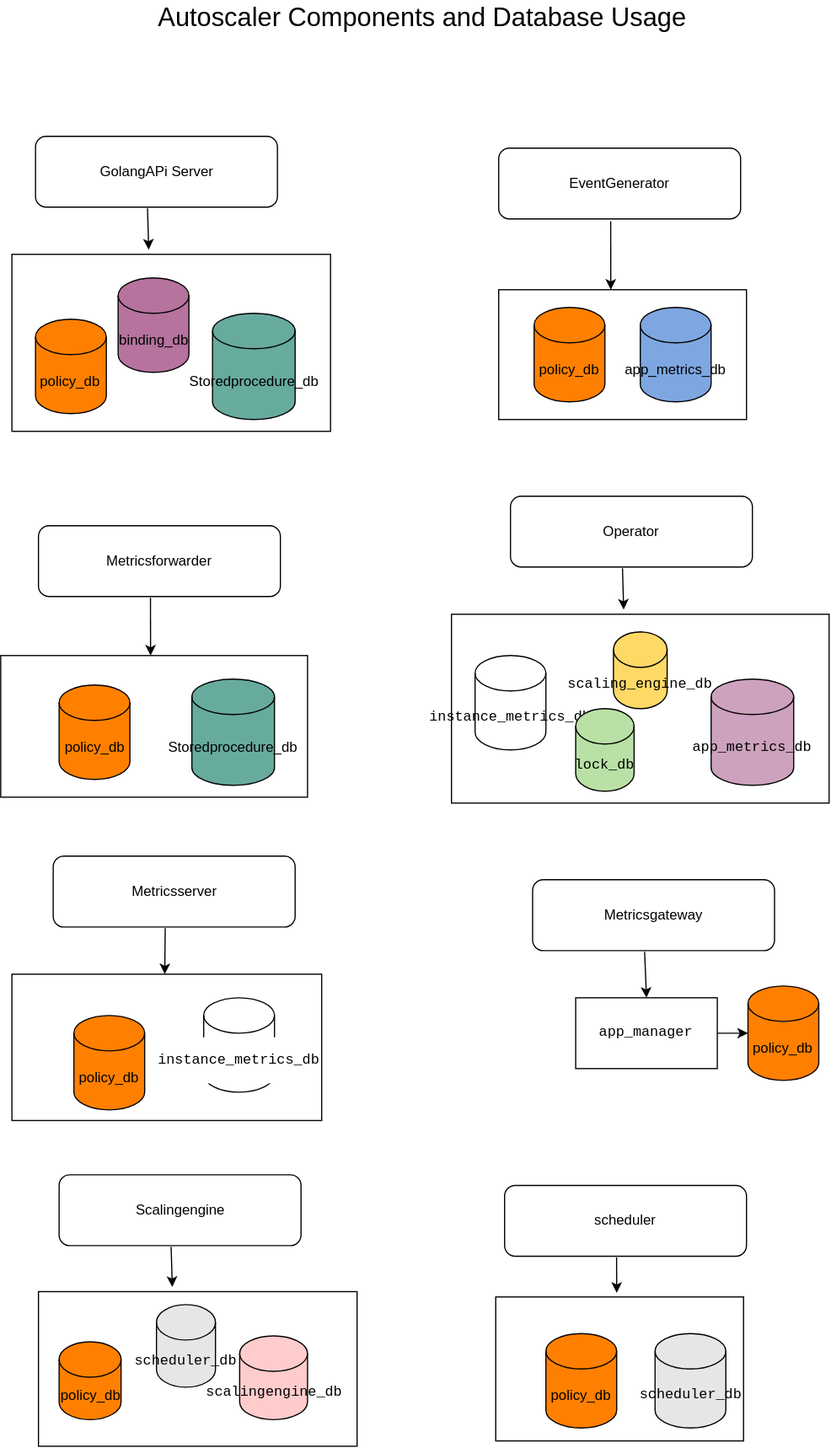
The draw.io diagram docs/components-db-usage.svg in cloudfoundry/app-autoscaler-release, before a commit. Source tidied: cells renumbered, new cells last; positions are measured from the earlier drawing's top-left corner, leaving out a move shared by most shapes.
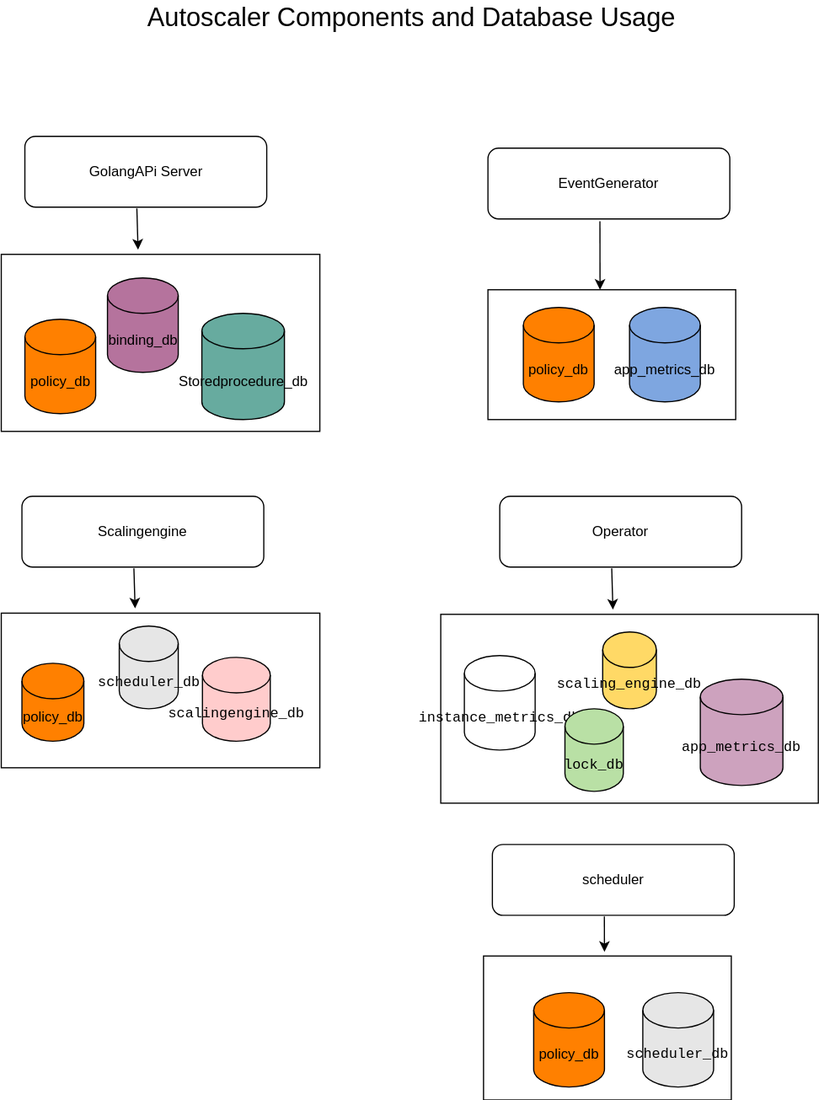
After the commit.

Commit message:
remove metricsserver and metricsgateway from drawings, delete outdated docu

The edit, as a diff of the source:
```diff
@@ -39,23 +39,6 @@
         <mxPoint x="125.4" y="211" as="targetPoint" />
       </mxGeometry>
     </mxCell>
-    <mxCell id="13" style="rounded=0;whiteSpace=wrap;html=1;fontColor=#000000;" parent="1" vertex="1">
-      <mxGeometry y="555" width="260" height="120" as="geometry" />
-    </mxCell>
-    <mxCell id="14" value="Metricsforwarder" style="rounded=1;whiteSpace=wrap;html=1;" parent="1" vertex="1">
-      <mxGeometry x="32" y="445" width="205" height="60" as="geometry" />
-    </mxCell>
-    <mxCell id="15" value="policy_db" style="shape=cylinder3;whiteSpace=wrap;html=1;boundedLbl=1;backgroundOutline=1;size=15;fillColor=#FF8000;" parent="1" vertex="1">
-      <mxGeometry x="49.5" y="580" width="60" height="80" as="geometry" />
-    </mxCell>
-    <mxCell id="16" value="Storedprocedure_db" style="shape=cylinder3;whiteSpace=wrap;html=1;boundedLbl=1;backgroundOutline=1;size=15;fillColor=#67AB9F;" parent="1" vertex="1">
-      <mxGeometry x="162" y="575" width="70" height="90" as="geometry" />
-    </mxCell>
-    <mxCell id="17" style="endArrow=classic;html=1;rounded=0;fontColor=#000000;exitX=0.463;exitY=1.017;exitDx=0;exitDy=0;exitPerimeter=0;" parent="1" edge="1" source="14">
-      <mxGeometry relative="1" as="geometry">
-        <mxPoint x="127" y="555" as="targetPoint" />
-      </mxGeometry>
-    </mxCell>
     <mxCell id="18" style="rounded=0;whiteSpace=wrap;html=1;fontColor=#000000;" parent="1" vertex="1">
       <mxGeometry x="382" y="520" width="320" height="160" as="geometry" />
     </mxCell>
@@ -74,73 +57,41 @@
     <mxCell id="23" style="endArrow=classic;html=1;rounded=0;fontColor=#000000;exitX=0.463;exitY=1.017;exitDx=0;exitDy=0;exitPerimeter=0;entryX=0.456;entryY=-0.025;entryDx=0;entryDy=0;entryPerimeter=0;" parent="1" edge="1" source="19" target="18">
       <mxGeometry relative="1" as="geometry" />
     </mxCell>
-    <mxCell id="24" style="rounded=0;whiteSpace=wrap;html=1;fontColor=#000000;" parent="1" vertex="1">
-      <mxGeometry x="9.5" y="825" width="262.5" height="124" as="geometry" />
-    </mxCell>
-    <mxCell id="25" value="Metricsserver" style="rounded=1;whiteSpace=wrap;html=1;" parent="1" vertex="1">
-      <mxGeometry x="44.5" y="725" width="205" height="60" as="geometry" />
-    </mxCell>
-    <mxCell id="26" value="policy_db" style="shape=cylinder3;whiteSpace=wrap;html=1;boundedLbl=1;backgroundOutline=1;size=15;fillColor=#FF8000;" parent="1" vertex="1">
-      <mxGeometry x="62" y="860" width="60" height="80" as="geometry" />
-    </mxCell>
-    <mxCell id="27" style="endArrow=classic;html=1;rounded=0;fontColor=#000000;exitX=0.463;exitY=1.017;exitDx=0;exitDy=0;exitPerimeter=0;" parent="1" edge="1" source="25">
-      <mxGeometry relative="1" as="geometry">
-        <mxPoint x="139" y="825" as="targetPoint" />
-      </mxGeometry>
-    </mxCell>
-    <mxCell id="28" value="&lt;pre style=&quot;font-family: &amp;quot;JetBrains Mono&amp;quot;, monospace;&quot;&gt;&lt;span style=&quot;&quot;&gt;instance_metrics_db&lt;/span&gt;&lt;/pre&gt;" style="shape=cylinder3;whiteSpace=wrap;html=1;boundedLbl=1;backgroundOutline=1;size=15;fillColor=#FFFFFF;labelBackgroundColor=default;fontColor=#000000;" parent="1" vertex="1">
-      <mxGeometry x="172" y="845" width="60" height="80" as="geometry" />
-    </mxCell>
-    <mxCell id="29" value="Metricsgateway" style="rounded=1;whiteSpace=wrap;html=1;" parent="1" vertex="1">
-      <mxGeometry x="450.8" y="745" width="205" height="60" as="geometry" />
-    </mxCell>
-    <mxCell id="30" value="policy_db" style="shape=cylinder3;whiteSpace=wrap;html=1;boundedLbl=1;backgroundOutline=1;size=15;fillColor=#FF8000;" parent="1" vertex="1">
-      <mxGeometry x="633.2" y="835" width="60" height="80" as="geometry" />
-    </mxCell>
-    <mxCell id="31" style="endArrow=classic;html=1;rounded=0;fontColor=#000000;exitX=0.463;exitY=1.017;exitDx=0;exitDy=0;exitPerimeter=0;entryX=0.5;entryY=0;entryDx=0;entryDy=0;" parent="1" edge="1" source="29" target="33">
-      <mxGeometry relative="1" as="geometry" />
-    </mxCell>
-    <mxCell id="32" style="edgeStyle=orthogonalEdgeStyle;rounded=0;jettySize=auto;html=1;fontColor=#000000;" parent="1" edge="1" source="33" target="30">
-      <mxGeometry relative="1" as="geometry" />
-    </mxCell>
-    <mxCell id="33" value="&lt;pre style=&quot;font-family: &amp;quot;JetBrains Mono&amp;quot;, monospace;&quot;&gt;app_manager&lt;/pre&gt;" style="rounded=0;whiteSpace=wrap;html=1;labelBackgroundColor=none;fontColor=#000000;strokeColor=#000000;fillColor=#FFFFFF;labelBorderColor=none;" parent="1" vertex="1">
-      <mxGeometry x="487.2" y="845" width="120" height="60" as="geometry" />
-    </mxCell>
     <mxCell id="34" style="rounded=0;whiteSpace=wrap;html=1;fontColor=#000000;" parent="1" vertex="1">
-      <mxGeometry x="32" y="1094" width="270" height="131" as="geometry" />
+      <mxGeometry x="9.5" y="519" width="270" height="131" as="geometry" />
     </mxCell>
     <mxCell id="35" value="Scalingengine" style="rounded=1;whiteSpace=wrap;html=1;" parent="1" vertex="1">
-      <mxGeometry x="49.5" y="995" width="205" height="60" as="geometry" />
+      <mxGeometry x="27" y="420" width="205" height="60" as="geometry" />
     </mxCell>
     <mxCell id="36" value="policy_db" style="shape=cylinder3;whiteSpace=wrap;html=1;boundedLbl=1;backgroundOutline=1;size=15;fillColor=#FF8000;" parent="1" vertex="1">
-      <mxGeometry x="49.5" y="1136.5" width="52.5" height="66" as="geometry" />
+      <mxGeometry x="27" y="561.5" width="52.5" height="66" as="geometry" />
     </mxCell>
     <mxCell id="37" value="&lt;pre style=&quot;font-family: &amp;quot;JetBrains Mono&amp;quot;, monospace;&quot;&gt;scheduler_db&lt;/pre&gt;" style="shape=cylinder3;whiteSpace=wrap;html=1;boundedLbl=1;backgroundOutline=1;size=15;fillColor=#E6E6E6;" parent="1" vertex="1">
-      <mxGeometry x="132" y="1105" width="50" height="70" as="geometry" />
+      <mxGeometry x="109.5" y="530" width="50" height="70" as="geometry" />
     </mxCell>
     <mxCell id="38" value="&lt;pre style=&quot;font-family: &amp;quot;JetBrains Mono&amp;quot;, monospace;&quot;&gt;&lt;span style=&quot;&quot;&gt;scalingengine_db&lt;/span&gt;&lt;/pre&gt;" style="shape=cylinder3;whiteSpace=wrap;html=1;boundedLbl=1;backgroundOutline=1;size=15;fillColor=#FFCCCC;fontColor=default;labelBackgroundColor=none;" parent="1" vertex="1">
-      <mxGeometry x="202.5" y="1131.5" width="57.5" height="71" as="geometry" />
+      <mxGeometry x="180" y="556.5" width="57.5" height="71" as="geometry" />
     </mxCell>
     <mxCell id="39" style="endArrow=classic;html=1;rounded=0;fontColor=#000000;exitX=0.463;exitY=1.017;exitDx=0;exitDy=0;exitPerimeter=0;entryX=0.456;entryY=-0.025;entryDx=0;entryDy=0;entryPerimeter=0;" parent="1" edge="1" source="35">
       <mxGeometry relative="1" as="geometry">
-        <mxPoint x="145.4" y="1090" as="targetPoint" />
+        <mxPoint x="122.9" y="515" as="targetPoint" />
       </mxGeometry>
     </mxCell>
     <mxCell id="40" style="rounded=0;whiteSpace=wrap;html=1;fontColor=#000000;" parent="1" vertex="1">
-      <mxGeometry x="419.5" y="1098.5" width="210" height="122" as="geometry" />
+      <mxGeometry x="418.2" y="809.5" width="210" height="122" as="geometry" />
     </mxCell>
     <mxCell id="41" value="scheduler" style="rounded=1;whiteSpace=wrap;html=1;" parent="1" vertex="1">
-      <mxGeometry x="427" y="1004" width="205" height="60" as="geometry" />
+      <mxGeometry x="425.8" y="715" width="205" height="60" as="geometry" />
     </mxCell>
     <mxCell id="42" value="policy_db" style="shape=cylinder3;whiteSpace=wrap;html=1;boundedLbl=1;backgroundOutline=1;size=15;fillColor=#FF8000;" parent="1" vertex="1">
-      <mxGeometry x="462" y="1129.5" width="60" height="80" as="geometry" />
+      <mxGeometry x="460.8" y="840.5" width="60" height="80" as="geometry" />
     </mxCell>
     <mxCell id="43" value="&lt;pre style=&quot;font-family: &amp;quot;JetBrains Mono&amp;quot;, monospace;&quot;&gt;scheduler_db&lt;/pre&gt;" style="shape=cylinder3;whiteSpace=wrap;html=1;boundedLbl=1;backgroundOutline=1;size=15;fillColor=#E6E6E6;" parent="1" vertex="1">
-      <mxGeometry x="554.5" y="1129.5" width="60" height="80" as="geometry" />
+      <mxGeometry x="553.2" y="840.5" width="60" height="80" as="geometry" />
     </mxCell>
     <mxCell id="44" style="endArrow=classic;html=1;rounded=0;fontColor=#000000;exitX=0.463;exitY=1.017;exitDx=0;exitDy=0;exitPerimeter=0;" parent="1" edge="1" source="41">
       <mxGeometry relative="1" as="geometry">
-        <mxPoint x="522" y="1095" as="targetPoint" />
+        <mxPoint x="520.8" y="806" as="targetPoint" />
       </mxGeometry>
     </mxCell>
     <mxCell id="45" value="Autoscaler Components and Database Usage" style="text;html=1;align=center;verticalAlign=middle;strokeColor=none;fillColor=none;fontColor=default;fontSize=22;" parent="1" vertex="1">
```
